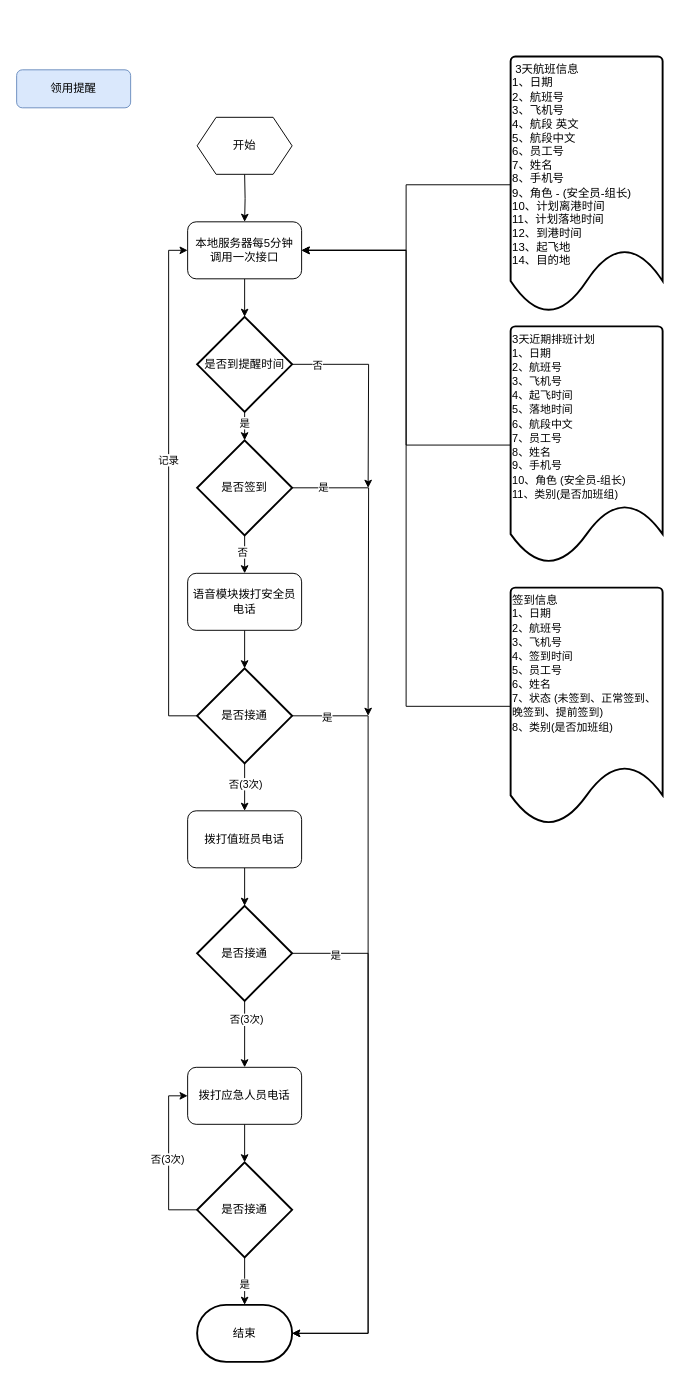
This is xbhangkong0new.drawio from HXLMOM/cctest, a draw.io file, before an edit. Source tidied: cells renumbered, new cells numbered last; positions are measured from the earlier drawing's top-left corner, leaving out a move shared by most shapes. Both pictures are drawn from the tidied source at 95%, with x=0, y=0 at pixel (16, 56).
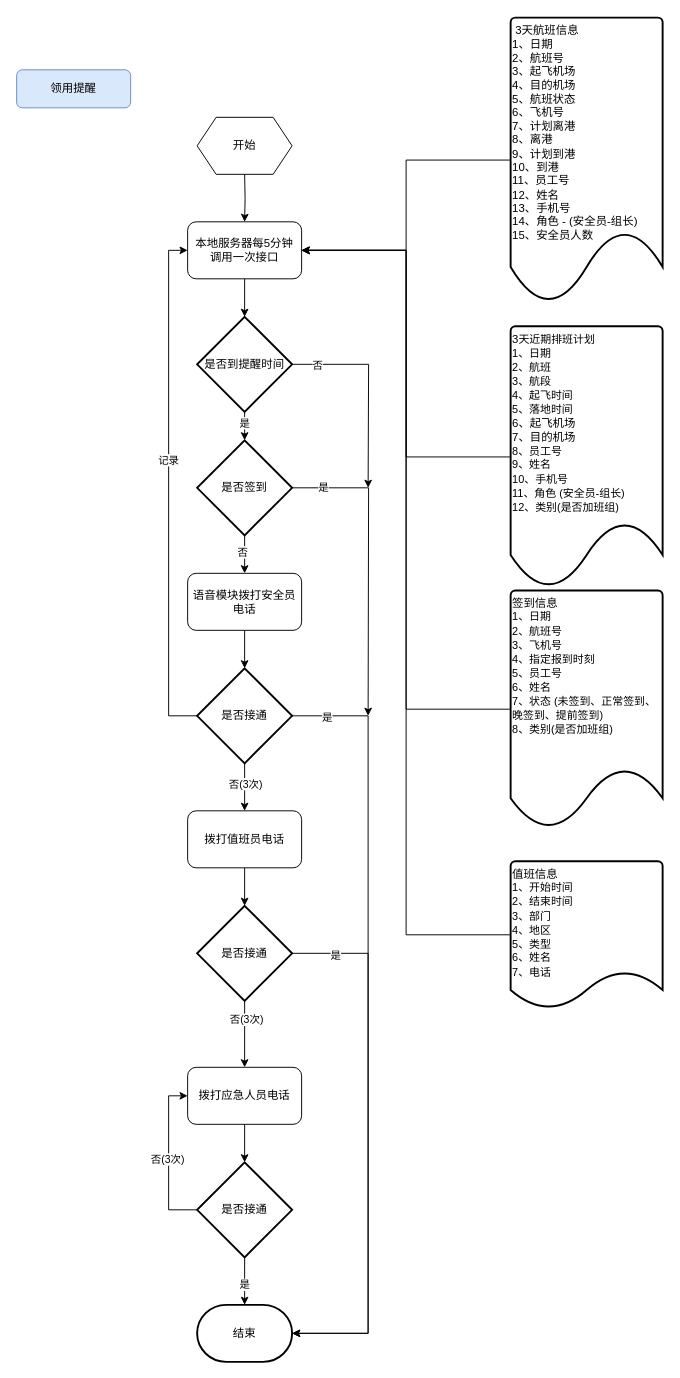
Above is the later version.

The change refers to these unchanged cells:
```xml
<mxCell id="5" value="本地服务器每5分钟&lt;br&gt;调用一次接口" style="rounded=1;whiteSpace=wrap;html=1;" parent="1" vertex="1">
  <mxGeometry x="180" y="174" width="120" height="60" as="geometry" />
</mxCell>
```

Diff of the diagram source:
```diff
@@
-    <mxCell id="7" value=" 3天航班信息&#10;1、日期&#10;2、航班号&#10;3、飞机号&#10;4、航段 英文&#10;5、航段中文&#10;6、员工号&#10;7、姓名&#10;8、手机号&#10;9、角色 - (安全员-组长)&#10;10、计划离港时间&#10;11、计划落地时间&#10;12、到港时间&#10;13、起飞地&#10;14、目的地" style="strokeWidth=2;shape=mxgraph.flowchart.document2;size=0.25;align=left;whiteSpace=wrap;labelBackgroundColor=none;labelBorderColor=none;verticalAlign=top;" parent="1" vertex="1">
-      <mxGeometry x="520" width="160" height="270" as="geometry" />
+    <mxCell id="7" value=" 3天航班信息&#10;1、日期&#10;2、航班号&#10;3、起飞机场&#10;4、目的机场&#10;5、航班状态&#10;6、飞机号&#10;7、计划离港&#10;8、离港&#10;9、计划到港&#10;10、到港&#10;11、员工号&#10;12、姓名&#10;13、手机号&#10;14、角色 - (安全员-组长)&#10;15、安全员人数" style="strokeWidth=2;shape=mxgraph.flowchart.document2;size=0.25;align=left;whiteSpace=wrap;labelBackgroundColor=none;labelBorderColor=none;verticalAlign=top;" parent="1" vertex="1">
+      <mxGeometry x="520" y="-41" width="160" height="300" as="geometry" />
     </mxCell>
@@
-    <mxCell id="36" value="&lt;div&gt;3&lt;span style=&quot;font-size: 8.63768pt; font-family: 微软雅黑;&quot;&gt;天近期排班计划&lt;br/&gt;&lt;/span&gt;&lt;/div&gt;&lt;div&gt;&lt;span style=&quot;font-size: 8.63768pt; font-family: Arial;&quot;&gt;1&lt;/span&gt;&lt;span style=&quot;font-size: 8.63768pt; font-family: 微软雅黑;&quot;&gt;、日期&lt;br/&gt;&lt;/span&gt;&lt;/div&gt;&lt;div&gt;&lt;span style=&quot;font-size: 8.63768pt; font-family: Arial;&quot;&gt;2&lt;/span&gt;&lt;span style=&quot;font-size: 8.63768pt; font-family: 微软雅黑;&quot;&gt;、航班号&lt;br/&gt;&lt;/span&gt;&lt;/div&gt;&lt;div&gt;&lt;span style=&quot;font-size: 8.63768pt; font-family: Arial;&quot;&gt;3&lt;/span&gt;&lt;span style=&quot;font-size: 8.63768pt; font-family: 微软雅黑;&quot;&gt;、飞机号&lt;br/&gt;&lt;/span&gt;&lt;/div&gt;&lt;div&gt;&lt;span style=&quot;font-size: 8.63768pt; font-family: Arial;&quot;&gt;4&lt;/span&gt;&lt;span style=&quot;font-size: 8.63768pt; font-family: 微软雅黑;&quot;&gt;、起飞时间&lt;br/&gt;&lt;/span&gt;&lt;/div&gt;&lt;div&gt;&lt;span style=&quot;font-size: 8.63768pt; font-family: Arial;&quot;&gt;5&lt;/span&gt;&lt;span style=&quot;font-size: 8.63768pt; font-family: 微软雅黑;&quot;&gt;、落地时间&lt;br/&gt;&lt;/span&gt;&lt;/div&gt;&lt;div&gt;&lt;span style=&quot;font-size: 8.63768pt; font-family: Arial;&quot;&gt;6&lt;/span&gt;&lt;span style=&quot;font-size: 8.63768pt; font-family: 微软雅黑;&quot;&gt;、航段中文&lt;br/&gt;&lt;/span&gt;&lt;/div&gt;&lt;div&gt;&lt;span style=&quot;font-size: 8.63768pt; font-family: Arial;&quot;&gt;7&lt;/span&gt;&lt;span style=&quot;font-size: 8.63768pt; font-family: 微软雅黑;&quot;&gt;、员工号&lt;br/&gt;&lt;/span&gt;&lt;/div&gt;&lt;div&gt;&lt;span style=&quot;font-size: 8.63768pt; font-family: Arial;&quot;&gt;8&lt;/span&gt;&lt;span style=&quot;font-size: 8.63768pt; font-family: 微软雅黑;&quot;&gt;、姓名&lt;br/&gt;&lt;/span&gt;&lt;/div&gt;&lt;div&gt;&lt;span style=&quot;font-size: 8.63768pt; font-family: Arial;&quot;&gt;9&lt;/span&gt;&lt;span style=&quot;font-size: 8.63768pt; font-family: 微软雅黑;&quot;&gt;、手机号&lt;br/&gt;&lt;/span&gt;&lt;/div&gt;&lt;div&gt;&lt;span style=&quot;font-size: 8.63768pt; font-family: Arial;&quot;&gt;10&lt;/span&gt;&lt;span style=&quot;font-size: 8.63768pt; font-family: 微软雅黑;&quot;&gt;、角色&lt;/span&gt;&lt;span style=&quot;font-size: 8.63768pt; font-family: Arial;&quot;&gt; (&lt;/span&gt;&lt;span style=&quot;font-size: 8.63768pt; font-family: 微软雅黑;&quot;&gt;安全员&lt;/span&gt;&lt;span style=&quot;font-size: 8.63768pt; font-family: Arial;&quot;&gt;-&lt;/span&gt;&lt;span style=&quot;font-size: 8.63768pt; font-family: 微软雅黑;&quot;&gt;组长&lt;/span&gt;&lt;span style=&quot;font-size: 8.63768pt; font-family: Arial;&quot;&gt;)&lt;br/&gt;&lt;/span&gt;&lt;/div&gt;&lt;div&gt;&lt;span style=&quot;font-size: 8.63768pt; font-family: Arial;&quot;&gt;11&lt;/span&gt;&lt;span style=&quot;font-size: 8.63768pt; font-family: 微软雅黑;&quot;&gt;、类别&lt;/span&gt;&lt;span style=&quot;font-size: 8.63768pt; font-family: Arial;&quot;&gt;(&lt;/span&gt;&lt;span style=&quot;font-size: 8.63768pt; font-family: 微软雅黑;&quot;&gt;是否加班组&lt;/span&gt;&lt;span style=&quot;font-size: 8.63768pt; font-family: Arial;&quot;&gt;)&lt;/span&gt;&lt;/div&gt;" style="strokeWidth=2;html=1;shape=mxgraph.flowchart.document2;whiteSpace=wrap;size=0.25;verticalAlign=top;align=left;" parent="1" vertex="1">
-      <mxGeometry x="520" y="284" width="160" height="250" as="geometry" />
+    <mxCell id="36" value="&lt;div&gt;3&lt;span style=&quot;font-size: 8.63768pt; font-family: 微软雅黑;&quot;&gt;天近期排班计划&lt;br&gt;&lt;/span&gt;&lt;/div&gt;&lt;div&gt;&lt;span style=&quot;font-size: 8.63768pt; font-family: Arial;&quot;&gt;1&lt;/span&gt;&lt;span style=&quot;font-size: 8.63768pt; font-family: 微软雅黑;&quot;&gt;、日期&lt;br&gt;&lt;/span&gt;&lt;/div&gt;&lt;div&gt;&lt;span style=&quot;font-size: 8.63768pt; font-family: Arial;&quot;&gt;2&lt;/span&gt;&lt;span style=&quot;font-size: 8.63768pt; font-family: 微软雅黑;&quot;&gt;、航班&lt;br&gt;&lt;/span&gt;&lt;/div&gt;&lt;div&gt;&lt;span style=&quot;font-size: 8.63768pt; font-family: Arial;&quot;&gt;3&lt;/span&gt;&lt;span style=&quot;font-size: 8.63768pt; font-family: 微软雅黑;&quot;&gt;、航段&lt;br&gt;&lt;/span&gt;&lt;/div&gt;&lt;div&gt;&lt;span style=&quot;font-size: 8.63768pt; font-family: Arial;&quot;&gt;4&lt;/span&gt;&lt;span style=&quot;font-size: 8.63768pt; font-family: 微软雅黑;&quot;&gt;、起飞时间&lt;br&gt;&lt;/span&gt;&lt;/div&gt;&lt;div&gt;&lt;span style=&quot;font-size: 8.63768pt; font-family: Arial;&quot;&gt;5&lt;/span&gt;&lt;span style=&quot;font-size: 8.63768pt; font-family: 微软雅黑;&quot;&gt;、落地时间&lt;br&gt;&lt;/span&gt;&lt;/div&gt;&lt;div&gt;6、起飞机场&lt;br style=&quot;border-color: var(--border-color); padding: 0px; margin: 0px;&quot;&gt;7、目的机场&lt;br&gt;&lt;/div&gt;&lt;div&gt;&lt;span style=&quot;font-size: 8.63768pt;&quot;&gt;&lt;font face=&quot;Arial&quot;&gt;8&lt;/font&gt;&lt;/span&gt;&lt;span style=&quot;font-size: 8.63768pt; font-family: 微软雅黑;&quot;&gt;、员工号&lt;br&gt;&lt;/span&gt;&lt;/div&gt;&lt;div&gt;&lt;span style=&quot;font-size: 8.63768pt;&quot;&gt;&lt;font face=&quot;Arial&quot;&gt;9&lt;/font&gt;&lt;/span&gt;&lt;span style=&quot;font-size: 8.63768pt; font-family: 微软雅黑;&quot;&gt;、姓名&lt;br&gt;&lt;/span&gt;&lt;/div&gt;&lt;div&gt;&lt;span style=&quot;font-size: 8.63768pt;&quot;&gt;&lt;font face=&quot;Arial&quot;&gt;10&lt;/font&gt;&lt;/span&gt;&lt;span style=&quot;font-size: 8.63768pt; font-family: 微软雅黑;&quot;&gt;、手机号&lt;br&gt;&lt;/span&gt;&lt;/div&gt;&lt;div&gt;&lt;span style=&quot;font-size: 8.63768pt; font-family: Arial;&quot;&gt;11&lt;/span&gt;&lt;span style=&quot;font-size: 8.63768pt; font-family: 微软雅黑;&quot;&gt;、角色&lt;/span&gt;&lt;span style=&quot;font-size: 8.63768pt; font-family: Arial;&quot;&gt; (&lt;/span&gt;&lt;span style=&quot;font-size: 8.63768pt; font-family: 微软雅黑;&quot;&gt;安全员&lt;/span&gt;&lt;span style=&quot;font-size: 8.63768pt; font-family: Arial;&quot;&gt;-&lt;/span&gt;&lt;span style=&quot;font-size: 8.63768pt; font-family: 微软雅黑;&quot;&gt;组长&lt;/span&gt;&lt;span style=&quot;font-size: 8.63768pt; font-family: Arial;&quot;&gt;)&lt;br&gt;&lt;/span&gt;&lt;/div&gt;&lt;div&gt;&lt;span style=&quot;font-size: 8.63768pt; font-family: Arial;&quot;&gt;12&lt;/span&gt;&lt;span style=&quot;font-size: 8.63768pt; font-family: 微软雅黑;&quot;&gt;、类别&lt;/span&gt;&lt;span style=&quot;font-size: 8.63768pt; font-family: Arial;&quot;&gt;(&lt;/span&gt;&lt;span style=&quot;font-size: 8.63768pt; font-family: 微软雅黑;&quot;&gt;是否加班组&lt;/span&gt;&lt;span style=&quot;font-size: 8.63768pt; font-family: Arial;&quot;&gt;)&lt;/span&gt;&lt;/div&gt;" style="strokeWidth=2;html=1;shape=mxgraph.flowchart.document2;whiteSpace=wrap;size=0.25;verticalAlign=top;align=left;" parent="1" vertex="1">
+      <mxGeometry x="520" y="284" width="160" height="275" as="geometry" />
     </mxCell>
@@
-    <mxCell id="46" value="&lt;div&gt;签到信息&lt;br&gt;&lt;/div&gt;&lt;div&gt;&lt;span style=&quot;font-size: 8.63768pt; font-family: Arial;&quot;&gt;1&lt;/span&gt;&lt;span style=&quot;font-size: 8.63768pt; font-family: 微软雅黑;&quot;&gt;、日期&lt;br&gt;&lt;/span&gt;&lt;/div&gt;&lt;div&gt;&lt;span style=&quot;font-size: 8.63768pt; font-family: Arial;&quot;&gt;2&lt;/span&gt;&lt;span style=&quot;font-size: 8.63768pt; font-family: 微软雅黑;&quot;&gt;、航班号&lt;br&gt;&lt;/span&gt;&lt;/div&gt;&lt;div&gt;&lt;span style=&quot;font-size: 8.63768pt; font-family: Arial;&quot;&gt;3&lt;/span&gt;&lt;span style=&quot;font-size: 8.63768pt; font-family: 微软雅黑;&quot;&gt;、飞机号&lt;br&gt;&lt;/span&gt;&lt;/div&gt;&lt;div&gt;&lt;span style=&quot;font-size: 8.63768pt; font-family: Arial;&quot;&gt;4&lt;/span&gt;&lt;span style=&quot;font-size: 8.63768pt; font-family: 微软雅黑;&quot;&gt;、签到时间&lt;br&gt;&lt;/span&gt;&lt;/div&gt;&lt;div&gt;&lt;span style=&quot;font-size: 8.63768pt; font-family: Arial;&quot;&gt;5&lt;/span&gt;&lt;span style=&quot;font-size: 8.63768pt; font-family: 微软雅黑;&quot;&gt;、员工号&lt;br&gt;&lt;/span&gt;&lt;/div&gt;&lt;div&gt;&lt;span style=&quot;font-size: 8.63768pt; font-family: Arial;&quot;&gt;6&lt;/span&gt;&lt;span style=&quot;font-size: 8.63768pt; font-family: 微软雅黑;&quot;&gt;、姓名&lt;br&gt;&lt;/span&gt;&lt;/div&gt;&lt;div&gt;&lt;span style=&quot;font-size: 8.63768pt; font-family: Arial;&quot;&gt;7&lt;/span&gt;&lt;span style=&quot;font-size: 8.63768pt; font-family: 微软雅黑;&quot;&gt;、状态&lt;/span&gt;&lt;span style=&quot;font-size: 8.63768pt; font-family: Arial;&quot;&gt; (&lt;/span&gt;&lt;span style=&quot;font-size: 8.63768pt; font-family: 微软雅黑;&quot;&gt;未签到、正常签到、&lt;/span&gt;&lt;span style=&quot;background-color: initial; font-size: 8.63768pt; font-family: 微软雅黑;&quot;&gt;晚签到、提前签到&lt;/span&gt;&lt;span style=&quot;background-color: initial; font-size: 8.63768pt; font-family: Arial;&quot;&gt;)&lt;/span&gt;&lt;/div&gt;&lt;div&gt;&lt;span style=&quot;font-size: 8.63768pt; font-family: Arial;&quot;&gt;8&lt;/span&gt;&lt;span style=&quot;font-size: 8.63768pt; font-family: 微软雅黑;&quot;&gt;、类别&lt;/span&gt;&lt;span style=&quot;font-size: 8.63768pt; font-family: Arial;&quot;&gt;(&lt;/span&gt;&lt;span style=&quot;font-size: 8.63768pt; font-family: 微软雅黑;&quot;&gt;是否加班组&lt;/span&gt;&lt;span style=&quot;font-size: 8.63768pt; font-family: Arial;&quot;&gt;)&amp;nbsp;&lt;/span&gt;&lt;/div&gt;" style="strokeWidth=2;html=1;shape=mxgraph.flowchart.document2;whiteSpace=wrap;size=0.25;verticalAlign=top;align=left;" parent="1" vertex="1">
-      <mxGeometry x="520" y="559" width="160" height="250" as="geometry" />
+    <mxCell id="46" value="&lt;div&gt;签到信息&lt;br&gt;&lt;/div&gt;&lt;div&gt;&lt;span style=&quot;font-size: 8.63768pt; font-family: Arial;&quot;&gt;1&lt;/span&gt;&lt;span style=&quot;font-size: 8.63768pt; font-family: 微软雅黑;&quot;&gt;、日期&lt;br&gt;&lt;/span&gt;&lt;/div&gt;&lt;div&gt;&lt;span style=&quot;font-size: 8.63768pt; font-family: Arial;&quot;&gt;2&lt;/span&gt;&lt;span style=&quot;font-size: 8.63768pt; font-family: 微软雅黑;&quot;&gt;、航班号&lt;br&gt;&lt;/span&gt;&lt;/div&gt;&lt;div&gt;&lt;span style=&quot;font-size: 8.63768pt; font-family: Arial;&quot;&gt;3&lt;/span&gt;&lt;span style=&quot;font-size: 8.63768pt; font-family: 微软雅黑;&quot;&gt;、飞机号&lt;br&gt;&lt;/span&gt;&lt;/div&gt;&lt;div&gt;&lt;span style=&quot;font-size: 8.63768pt; font-family: Arial;&quot;&gt;4&lt;/span&gt;&lt;span style=&quot;font-size: 8.63768pt; font-family: 微软雅黑;&quot;&gt;、指定报到时刻&lt;br&gt;&lt;/span&gt;&lt;/div&gt;&lt;div&gt;&lt;span style=&quot;font-size: 8.63768pt; font-family: Arial;&quot;&gt;5&lt;/span&gt;&lt;span style=&quot;font-size: 8.63768pt; font-family: 微软雅黑;&quot;&gt;、员工号&lt;br&gt;&lt;/span&gt;&lt;/div&gt;&lt;div&gt;&lt;span style=&quot;font-size: 8.63768pt; font-family: Arial;&quot;&gt;6&lt;/span&gt;&lt;span style=&quot;font-size: 8.63768pt; font-family: 微软雅黑;&quot;&gt;、姓名&lt;br&gt;&lt;/span&gt;&lt;/div&gt;&lt;div&gt;&lt;span style=&quot;font-size: 8.63768pt; font-family: Arial;&quot;&gt;7&lt;/span&gt;&lt;span style=&quot;font-size: 8.63768pt; font-family: 微软雅黑;&quot;&gt;、状态&lt;/span&gt;&lt;span style=&quot;font-size: 8.63768pt; font-family: Arial;&quot;&gt; (&lt;/span&gt;&lt;span style=&quot;font-size: 8.63768pt; font-family: 微软雅黑;&quot;&gt;未签到、正常签到、&lt;/span&gt;&lt;span style=&quot;background-color: initial; font-size: 8.63768pt; font-family: 微软雅黑;&quot;&gt;晚签到、提前签到&lt;/span&gt;&lt;span style=&quot;background-color: initial; font-size: 8.63768pt; font-family: Arial;&quot;&gt;)&lt;/span&gt;&lt;/div&gt;&lt;div&gt;&lt;span style=&quot;font-size: 8.63768pt; font-family: Arial;&quot;&gt;8&lt;/span&gt;&lt;span style=&quot;font-size: 8.63768pt; font-family: 微软雅黑;&quot;&gt;、类别&lt;/span&gt;&lt;span style=&quot;font-size: 8.63768pt; font-family: Arial;&quot;&gt;(&lt;/span&gt;&lt;span style=&quot;font-size: 8.63768pt; font-family: 微软雅黑;&quot;&gt;是否加班组&lt;/span&gt;&lt;span style=&quot;font-size: 8.63768pt; font-family: Arial;&quot;&gt;)&amp;nbsp;&lt;/span&gt;&lt;/div&gt;" style="strokeWidth=2;html=1;shape=mxgraph.flowchart.document2;whiteSpace=wrap;size=0.25;verticalAlign=top;align=left;" parent="1" vertex="1">
+      <mxGeometry x="520" y="562" width="160" height="250" as="geometry" />
     </mxCell>
+    <mxCell id="47" style="edgeStyle=orthogonalEdgeStyle;rounded=0;jettySize=auto;html=1;entryX=1;entryY=0.5;entryDx=0;entryDy=0;" parent="1" edge="1" source="48" target="5">
+      <mxGeometry relative="1" as="geometry" />
+    </mxCell>
+    <mxCell id="48" value="&lt;div&gt;值班信息&lt;/div&gt;&lt;div&gt;&lt;span style=&quot;font-size: 8.63768pt; font-family: Arial;&quot;&gt;1&lt;/span&gt;&lt;span style=&quot;font-size: 8.63768pt; font-family: 微软雅黑;&quot;&gt;、开始时间&lt;br&gt;&lt;/span&gt;&lt;/div&gt;&lt;div&gt;&lt;span style=&quot;font-size: 8.63768pt; font-family: Arial;&quot;&gt;2&lt;/span&gt;&lt;span style=&quot;font-size: 8.63768pt; font-family: 微软雅黑;&quot;&gt;、结束时间&lt;br&gt;&lt;/span&gt;&lt;/div&gt;&lt;div&gt;&lt;span style=&quot;font-size: 8.63768pt; font-family: Arial;&quot;&gt;3&lt;/span&gt;&lt;span style=&quot;font-size: 8.63768pt; font-family: 微软雅黑;&quot;&gt;、部门&lt;br&gt;&lt;/span&gt;&lt;/div&gt;&lt;div&gt;&lt;span style=&quot;font-size: 8.63768pt; font-family: Arial;&quot;&gt;4&lt;/span&gt;&lt;span style=&quot;font-size: 8.63768pt; font-family: 微软雅黑;&quot;&gt;、地区&lt;br&gt;&lt;/span&gt;&lt;/div&gt;&lt;div&gt;&lt;span style=&quot;font-size: 8.63768pt; font-family: Arial;&quot;&gt;5&lt;/span&gt;&lt;span style=&quot;font-size: 8.63768pt; font-family: 微软雅黑;&quot;&gt;、类型&lt;br&gt;&lt;/span&gt;&lt;/div&gt;&lt;div&gt;&lt;span style=&quot;font-size: 8.63768pt; font-family: Arial;&quot;&gt;6&lt;/span&gt;&lt;span style=&quot;font-size: 8.63768pt; font-family: 微软雅黑;&quot;&gt;、姓名&lt;br&gt;&lt;/span&gt;&lt;/div&gt;&lt;div&gt;&lt;span style=&quot;font-size: 8.63768pt; font-family: Arial;&quot;&gt;7&lt;/span&gt;&lt;span style=&quot;font-size: 8.63768pt; font-family: 微软雅黑;&quot;&gt;、电话&lt;/span&gt;&lt;/div&gt;&lt;div&gt;&lt;br&gt;&lt;/div&gt;" style="strokeWidth=2;html=1;shape=mxgraph.flowchart.document2;whiteSpace=wrap;size=0.25;verticalAlign=top;align=left;" parent="1" vertex="1">
+      <mxGeometry x="520" y="847" width="160" height="155" as="geometry" />
+    </mxCell>
```
